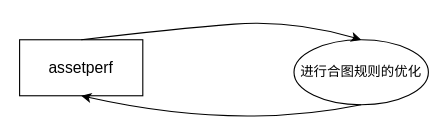
Before: page "第 3 页" (3 of 3) of aigc/aigc.drawio in breezerzxq/Diagram, a draw.io diagram. Source tidied: cells renumbered, new cells numbered last; positions are measured from the earlier drawing's top-left corner, leaving out a move shared by most shapes. Both pictures are drawn from the tidied source at 112%, with x=0, y=0 at pixel (19, 19).
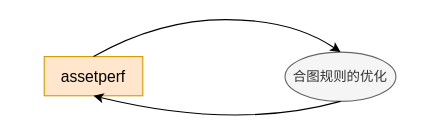
After the change.

Change to the diagram source:
```diff
@@
 <mxGraphModel>
   <root>
     <mxCell id="0" />
     <mxCell id="1" parent="0" />
-    <mxCell id="2" value="&lt;font style=&quot;font-size: 14px;&quot;&gt;assetperf&lt;/font&gt;" style="html=1;whiteSpace=wrap;" parent="1" vertex="1">
-      <mxGeometry y="18" width="110" height="50" as="geometry" />
+    <mxCell id="2" value="&lt;font style=&quot;font-size: 14px;&quot;&gt;assetperf&lt;/font&gt;" style="html=1;whiteSpace=wrap;fillColor=#ffe6cc;strokeColor=#d79b00;" parent="1" vertex="1">
+      <mxGeometry x="22" y="33" width="88" height="35" as="geometry" />
     </mxCell>
-    <mxCell id="3" value="&lt;p data-pm-slice=&quot;1 1 [&amp;quot;ordered_list&amp;quot;,{&amp;quot;id&amp;quot;:null,&amp;quot;name&amp;quot;:null,&amp;quot;orderedType&amp;quot;:&amp;quot;char&amp;quot;},&amp;quot;list_item&amp;quot;,{&amp;quot;align&amp;quot;:null,&amp;quot;indent&amp;quot;:0,&amp;quot;start&amp;quot;:null,&amp;quot;todo&amp;quot;:null,&amp;quot;lineHeight&amp;quot;:null,&amp;quot;font&amp;quot;:0,&amp;quot;bold&amp;quot;:0,&amp;quot;active&amp;quot;:null,&amp;quot;level&amp;quot;:0}]&quot;&gt;进行合图规则的优化&lt;/p&gt;" style="ellipse;whiteSpace=wrap;html=1;" parent="1" vertex="1">
-      <mxGeometry x="245" y="18" width="120" height="58" as="geometry" />
+    <mxCell id="3" value="&lt;p data-pm-slice=&quot;1 1 [&amp;quot;ordered_list&amp;quot;,{&amp;quot;id&amp;quot;:null,&amp;quot;name&amp;quot;:null,&amp;quot;orderedType&amp;quot;:&amp;quot;char&amp;quot;},&amp;quot;list_item&amp;quot;,{&amp;quot;align&amp;quot;:null,&amp;quot;indent&amp;quot;:0,&amp;quot;start&amp;quot;:null,&amp;quot;todo&amp;quot;:null,&amp;quot;lineHeight&amp;quot;:null,&amp;quot;font&amp;quot;:0,&amp;quot;bold&amp;quot;:0,&amp;quot;active&amp;quot;:null,&amp;quot;level&amp;quot;:0}]&quot;&gt;合图规则的优化&lt;/p&gt;" style="ellipse;whiteSpace=wrap;html=1;fillColor=#f5f5f5;fontColor=#333333;strokeColor=#666666;" parent="1" vertex="1">
+      <mxGeometry x="237" y="29" width="99" height="44" as="geometry" />
     </mxCell>
     <mxCell id="4" style="curved=1;endArrow=classic;html=1;rounded=0;exitX=0.5;exitY=0;exitDx=0;exitDy=0;entryX=0.5;entryY=0;entryDx=0;entryDy=0;" parent="1" edge="1" source="2" target="3">
       <mxGeometry relative="1" as="geometry">
         <Array as="points">
-          <mxPoint x="139" y="8" />
+          <mxPoint x="124" />
           <mxPoint x="244" />
         </Array>
       </mxGeometry>
     </mxCell>
     <mxCell id="5" style="curved=1;endArrow=classic;html=1;rounded=0;exitX=0.5;exitY=1;exitDx=0;exitDy=0;entryX=0.5;entryY=1;entryDx=0;entryDy=0;" parent="1" edge="1" source="3" target="2">
       <mxGeometry relative="1" as="geometry">
         <Array as="points">
           <mxPoint x="193" y="99" />
         </Array>
       </mxGeometry>
     </mxCell>
   </root>
 </mxGraphModel>
```
